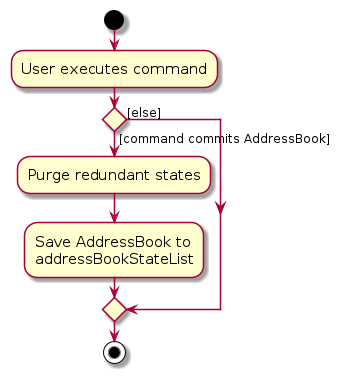
AY2627S1-CS2103T-T10-2/tp keeps this PlantUML diagram as diagrams/CommitActivityDiagram.png. Above is the earlier version. Its source is kept beside it as diagrams/CommitActivityDiagram.puml. The source it was exported from:
```plantuml
@startuml
skin rose
skinparam ActivityFontSize 15
skinparam ArrowFontSize 12
start
:User executes command;


if () then ([command commits AddressBook])
    :Purge redundant states;
    :Save AddressBook to
    addressBookStateList;
else ([else])
endif
stop
@enduml
```
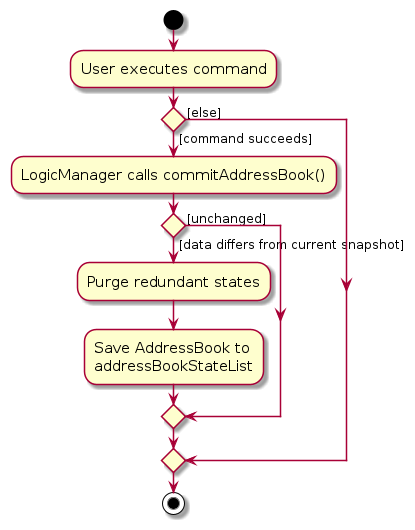
After the change.

Diff of the diagram source:
```diff
@@ -6,10 +6,14 @@
 :User executes command;
 
 
-if () then ([command commits AddressBook])
+if () then ([command succeeds])
+    :LogicManager calls commitAddressBook();
+    if () then ([data differs from current snapshot])
     :Purge redundant states;
     :Save AddressBook to
     addressBookStateList;
+    else ([unchanged])
+    endif
 else ([else])
 endif
 stop
```
